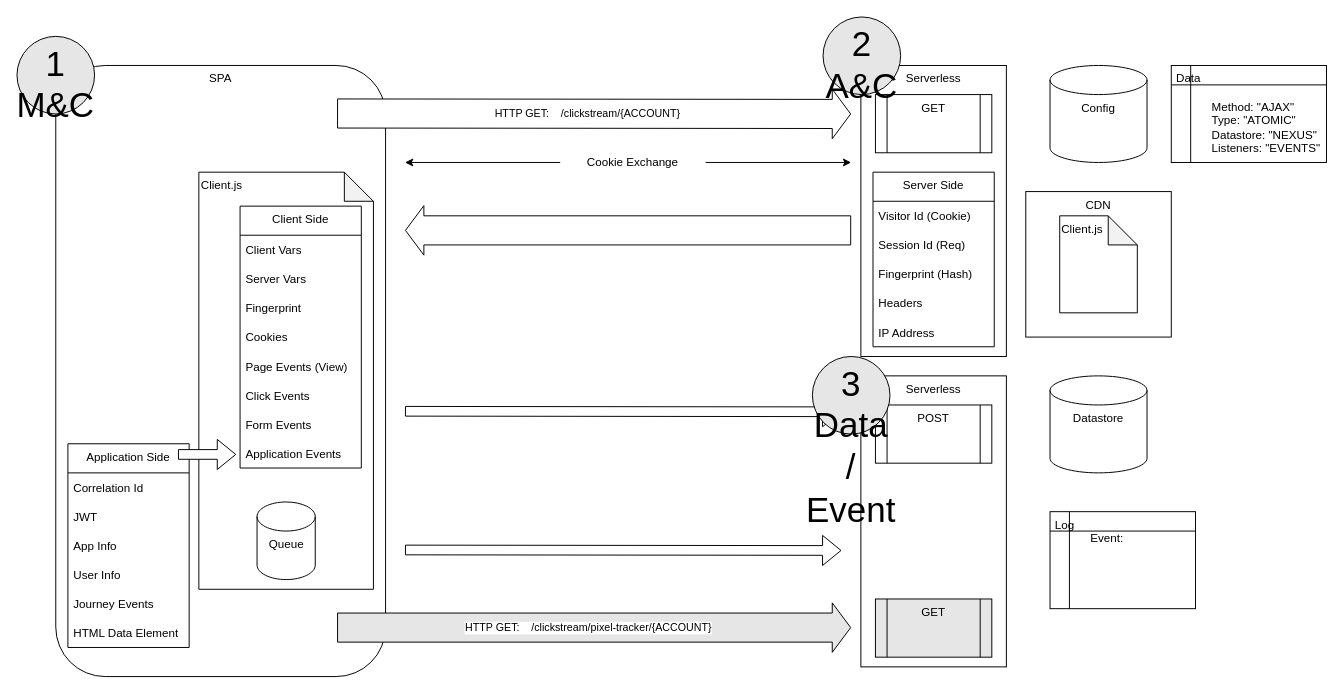
Earlier version of the draw.io diagram Clickstream.drawio (hikumealan/draw-io-diagrams). Source tidied: cells renumbered, new cells numbered last; positions are measured from the earlier drawing's top-left corner, leaving out a move shared by most shapes. Both pictures are drawn from the tidied source at 97%, with x=0, y=0 at pixel (16, 16).
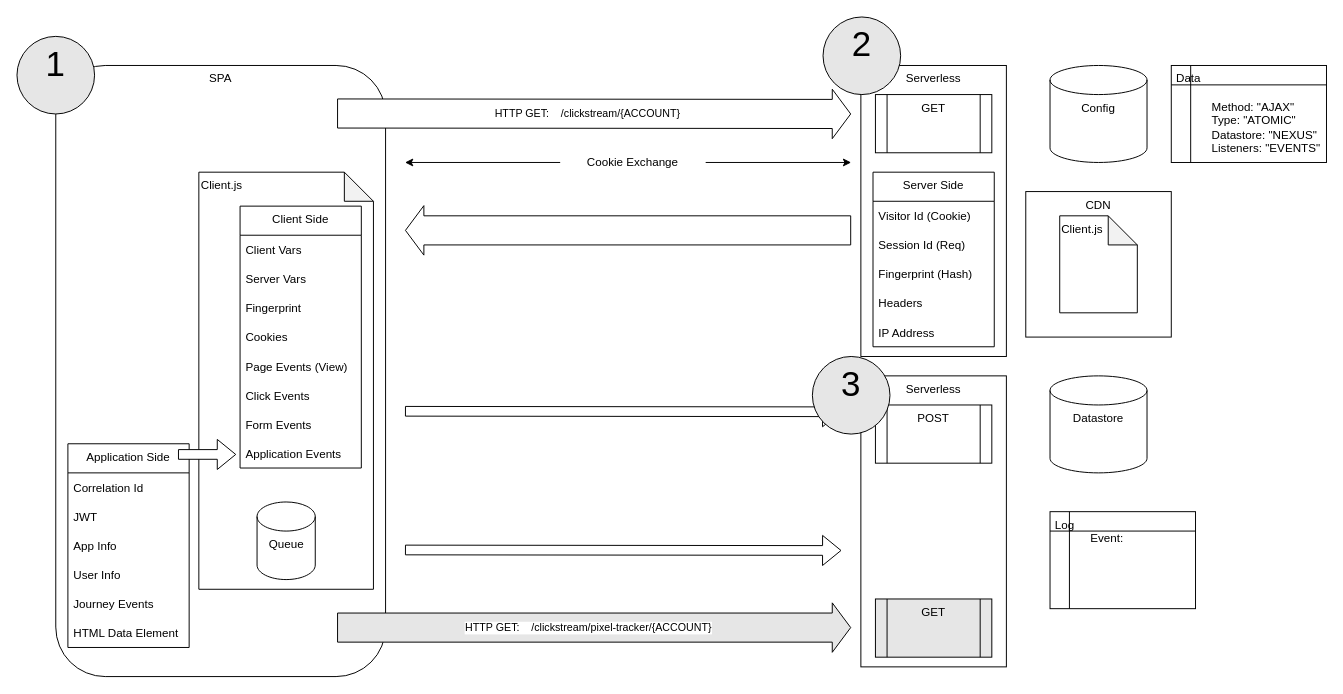
The same page after the edit.

What changed in the source:
```diff
@@
-    <mxCell id="49" value="1&lt;br&gt;M&amp;amp;C" style="ellipse;whiteSpace=wrap;html=1;fillColor=#E6E6E6;verticalAlign=top;fontSize=36;" parent="1" vertex="1">
+    <mxCell id="49" value="1" style="ellipse;whiteSpace=wrap;html=1;fillColor=#E6E6E6;verticalAlign=top;fontSize=36;align=center;" parent="1" vertex="1">
       <mxGeometry y="20" width="80" height="80" as="geometry" />
     </mxCell>
-    <mxCell id="50" value="2&lt;br&gt;A&amp;amp;C" style="ellipse;whiteSpace=wrap;html=1;fillColor=#E6E6E6;verticalAlign=top;fontSize=36;" parent="1" vertex="1">
+    <mxCell id="50" value="2" style="ellipse;whiteSpace=wrap;html=1;fillColor=#E6E6E6;verticalAlign=top;fontSize=36;" parent="1" vertex="1">
       <mxGeometry x="831" width="80" height="80" as="geometry" />
     </mxCell>
-    <mxCell id="51" value="3&lt;br&gt;Data / Event" style="ellipse;whiteSpace=wrap;html=1;fillColor=#E6E6E6;verticalAlign=top;fontSize=36;" parent="1" vertex="1">
+    <mxCell id="51" value="3" style="ellipse;whiteSpace=wrap;html=1;fillColor=#E6E6E6;verticalAlign=top;fontSize=36;" parent="1" vertex="1">
       <mxGeometry x="820" y="350" width="80" height="80" as="geometry" />
     </mxCell>
```
